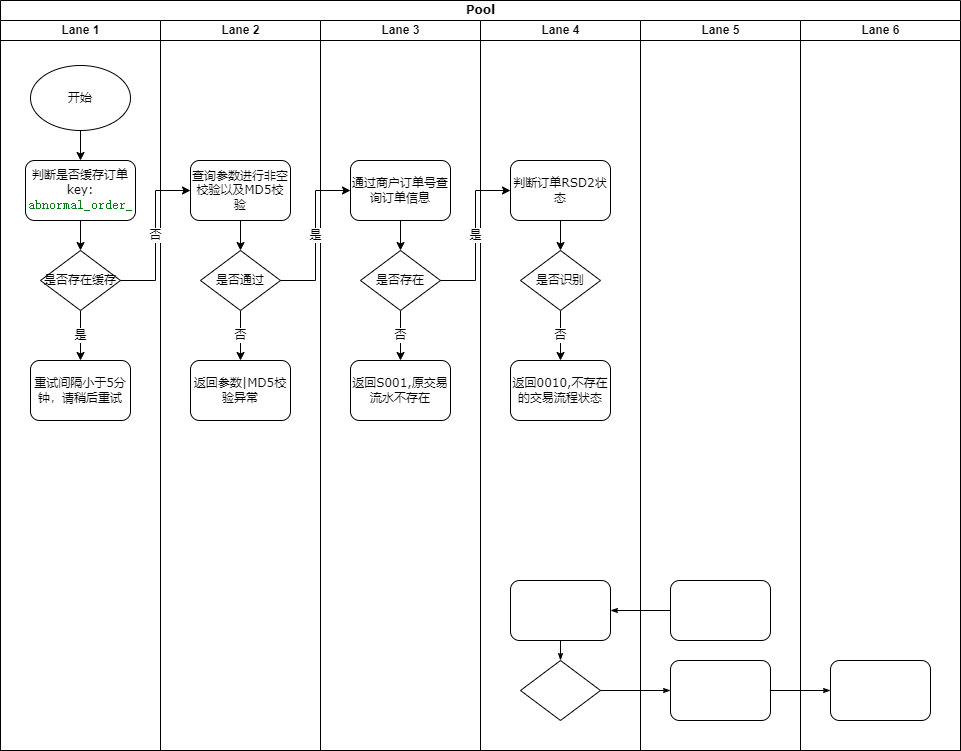
The draw.io diagram 异常订单手动处理流程.drawio.png in songyibo2019/mydiagrams, before a commit. Source tidied: cells renumbered, new cells last; positions are measured from the earlier drawing's top-left corner, leaving out a move shared by most shapes.
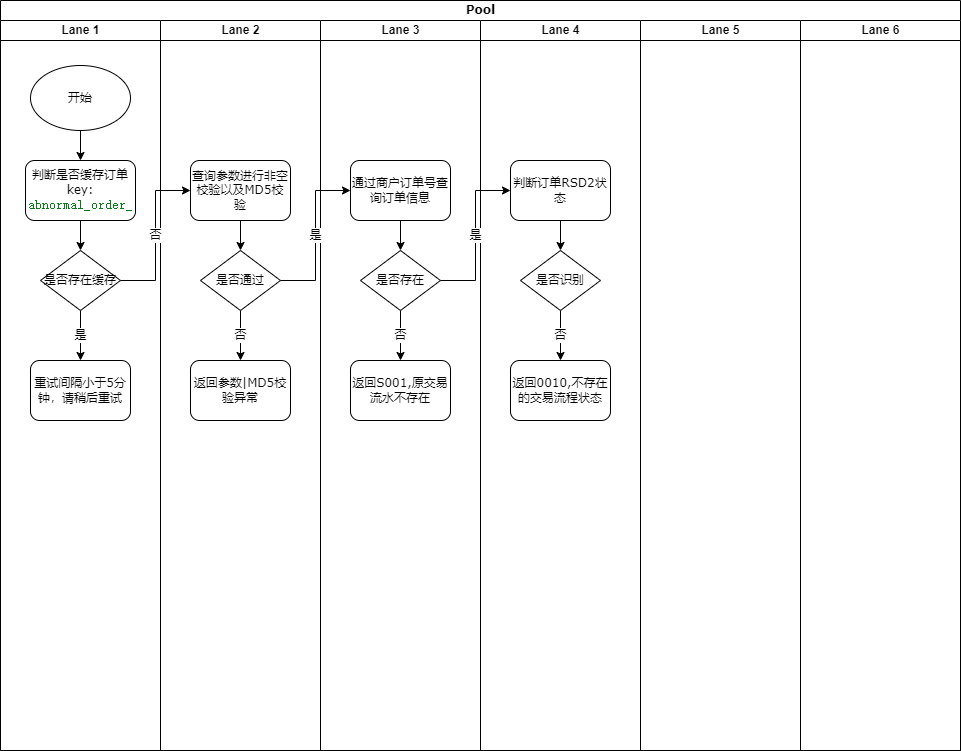
Later version of the same file.

Commit message:
Update 异常订单手动处理流程.drawio.png

Diff of the diagram source:
```diff
@@ -5,15 +5,6 @@
     <mxCell id="2" value="Pool" style="swimlane;html=1;startSize=20;rounded=0;shadow=0;labelBackgroundColor=none;strokeWidth=1;fontFamily=Verdana;fontSize=8;align=center;" parent="1" vertex="1">
       <mxGeometry width="960" height="750" as="geometry" />
     </mxCell>
-    <mxCell id="3" style="edgeStyle=orthogonalEdgeStyle;rounded=1;html=1;labelBackgroundColor=none;startArrow=none;startFill=0;startSize=5;endArrow=classicThin;endFill=1;endSize=5;jettySize=auto;strokeWidth=1;fontFamily=Verdana;fontSize=8;" parent="2" edge="1" source="28" target="37">
-      <mxGeometry relative="1" as="geometry" />
-    </mxCell>
-    <mxCell id="4" style="edgeStyle=orthogonalEdgeStyle;rounded=1;html=1;labelBackgroundColor=none;startArrow=none;startFill=0;startSize=5;endArrow=classicThin;endFill=1;endSize=5;jettySize=auto;strokeWidth=1;fontFamily=Verdana;fontSize=8;" parent="2" edge="1" source="37" target="39">
-      <mxGeometry relative="1" as="geometry" />
-    </mxCell>
-    <mxCell id="5" style="edgeStyle=orthogonalEdgeStyle;rounded=1;html=1;labelBackgroundColor=none;startArrow=none;startFill=0;startSize=5;endArrow=classicThin;endFill=1;endSize=5;jettySize=auto;strokeColor=#000000;strokeWidth=1;fontFamily=Verdana;fontSize=8;fontColor=#000000;" parent="2" edge="1" source="36" target="27">
-      <mxGeometry relative="1" as="geometry" />
-    </mxCell>
     <mxCell id="6" value="Lane 1" style="swimlane;html=1;startSize=20;" parent="2" vertex="1">
       <mxGeometry y="20" width="160" height="730" as="geometry" />
     </mxCell>
@@ -77,15 +68,6 @@
     <mxCell id="26" value="Lane 4" style="swimlane;html=1;startSize=20;" parent="2" vertex="1">
       <mxGeometry x="480" y="20" width="160" height="730" as="geometry" />
     </mxCell>
-    <mxCell id="27" style="rounded=1;whiteSpace=wrap;html=1;shadow=0;labelBackgroundColor=none;strokeWidth=1;fontFamily=Verdana;fontSize=8;align=center;" parent="26" vertex="1">
-      <mxGeometry x="30" y="560" width="100" height="60" as="geometry" />
-    </mxCell>
-    <mxCell id="28" style="rhombus;whiteSpace=wrap;html=1;rounded=0;shadow=0;labelBackgroundColor=none;strokeWidth=1;fontFamily=Verdana;fontSize=8;align=center;" parent="26" vertex="1">
-      <mxGeometry x="40" y="640" width="80" height="60" as="geometry" />
-    </mxCell>
-    <mxCell id="29" style="edgeStyle=orthogonalEdgeStyle;rounded=1;html=1;labelBackgroundColor=none;startArrow=none;startFill=0;startSize=5;endArrow=classicThin;endFill=1;endSize=5;jettySize=auto;strokeWidth=1;fontFamily=Verdana;fontSize=8;" parent="26" edge="1" source="27" target="28">
-      <mxGeometry relative="1" as="geometry" />
-    </mxCell>
     <mxCell id="30" style="edgeStyle=orthogonalEdgeStyle;rounded=0;jettySize=auto;html=1;exitX=0.5;exitY=1;exitDx=0;exitDy=0;entryX=0.5;entryY=0;entryDx=0;entryDy=0;fontSize=11;" parent="26" edge="1" source="31" target="33">
       <mxGeometry relative="1" as="geometry" />
     </mxCell>
@@ -104,18 +86,9 @@
     <mxCell id="35" value="Lane 5" style="swimlane;html=1;startSize=20;" parent="2" vertex="1">
       <mxGeometry x="640" y="20" width="160" height="730" as="geometry" />
     </mxCell>
-    <mxCell id="36" style="rounded=1;whiteSpace=wrap;html=1;shadow=0;labelBackgroundColor=none;strokeWidth=1;fontFamily=Verdana;fontSize=8;align=center;" parent="35" vertex="1">
-      <mxGeometry x="30" y="560" width="100" height="60" as="geometry" />
-    </mxCell>
-    <mxCell id="37" style="rounded=1;whiteSpace=wrap;html=1;shadow=0;labelBackgroundColor=none;strokeWidth=1;fontFamily=Verdana;fontSize=8;align=center;" parent="35" vertex="1">
-      <mxGeometry x="30" y="640" width="100" height="60" as="geometry" />
-    </mxCell>
     <mxCell id="38" value="Lane 6" style="swimlane;html=1;startSize=20;" parent="2" vertex="1">
       <mxGeometry x="800" y="20" width="160" height="730" as="geometry" />
     </mxCell>
-    <mxCell id="39" style="rounded=1;whiteSpace=wrap;html=1;shadow=0;labelBackgroundColor=none;strokeWidth=1;fontFamily=Verdana;fontSize=8;align=center;" parent="38" vertex="1">
-      <mxGeometry x="30" y="640" width="100" height="60" as="geometry" />
-    </mxCell>
     <mxCell id="40" value="否" style="edgeStyle=orthogonalEdgeStyle;rounded=0;jettySize=auto;html=1;exitX=1;exitY=0.5;exitDx=0;exitDy=0;entryX=0;entryY=0.5;entryDx=0;entryDy=0;fontSize=11;" parent="2" edge="1" source="12" target="16">
       <mxGeometry relative="1" as="geometry" />
     </mxCell>
```
